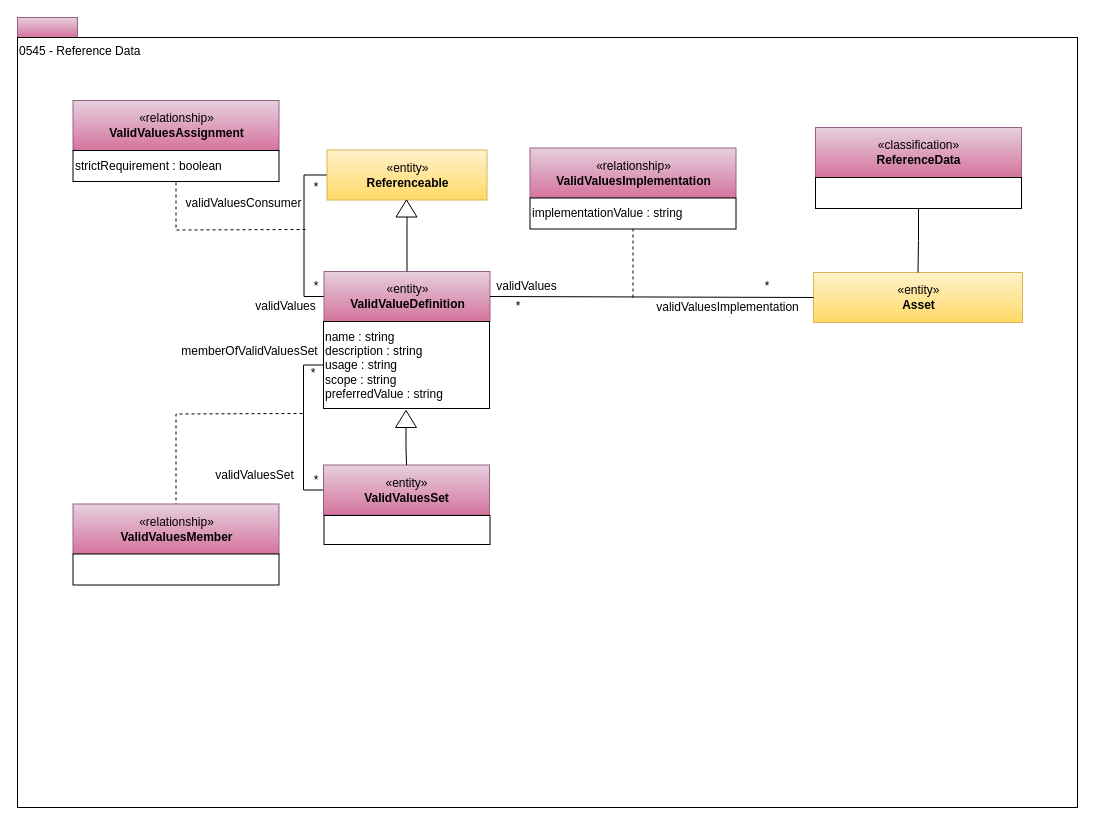
Earlier version of the draw.io diagram page "0545-Reference-Data" (17 of 24) of open-metadata-publication/website/open-metadata-types/area-5-models-and-schema.drawio (planetf1/egeria). Source tidied: cells renumbered, new cells numbered last; positions are measured from the earlier drawing's top-left corner, leaving out a move shared by most shapes. Both pictures are drawn from the tidied source at 100%, with x=0, y=0 at pixel (17, 17).
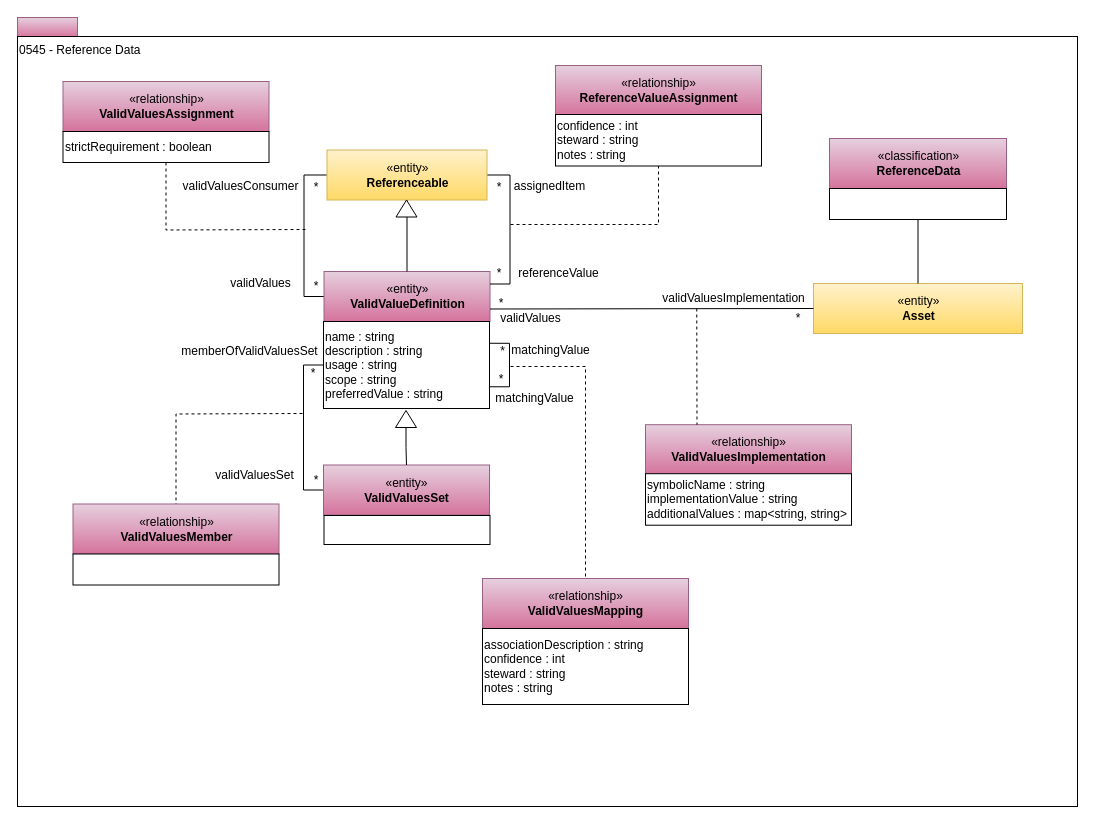
Above is the later version.

Unchanged cells that the change refers to:
```xml
<mxCell id="5" value="«entity»&lt;br&gt;&lt;b&gt;ValidValueDefinition&lt;/b&gt;" style="html=1;strokeColor=#996185;align=center;fillColor=#e6d0de;gradientColor=#d5739d;" parent="1" vertex="1">
  <mxGeometry x="306.5" y="254" width="166" height="50" as="geometry" />
</mxCell>
<mxCell id="6" value="&lt;span&gt;name : string&lt;br&gt;&lt;/span&gt;&lt;span&gt;description : string&lt;/span&gt;&lt;br&gt;&lt;span&gt;usage : string&lt;/span&gt;&lt;br&gt;&lt;span&gt;scope : string&lt;br&gt;preferredValue : string&lt;br&gt;&lt;/span&gt;" style="rounded=0;whiteSpace=wrap;html=1;strokeColor=#000000;gradientColor=#ffffff;align=left;" parent="1" vertex="1">
  <mxGeometry x="306" y="304" width="166" height="87" as="geometry" />
</mxCell>
<mxCell id="8" value="«entity»&lt;br&gt;&lt;b&gt;Referenceable&lt;/b&gt;" style="html=1;strokeColor=#d6b656;align=center;fillColor=#fff2cc;gradientColor=#ffd966;" parent="1" vertex="1">
  <mxGeometry x="309.5" y="132.5" width="160" height="50" as="geometry" />
</mxCell>
```

Diff of the diagram source:
```diff
@@
     <mxCell id="3" value="0545 - Reference Data" style="rounded=0;whiteSpace=wrap;html=1;align=left;verticalAlign=top;" parent="1" vertex="1">
-      <mxGeometry y="20" width="1060" height="770" as="geometry" />
+      <mxGeometry y="19" width="1060" height="770" as="geometry" />
     </mxCell>
@@
+    <mxCell id="41" style="edgeStyle=orthogonalEdgeStyle;rounded=0;jettySize=auto;html=1;exitX=1;exitY=0.5;exitDx=0;exitDy=0;entryX=1;entryY=0.25;entryDx=0;entryDy=0;endArrow=none;endFill=0;" parent="1" edge="1" source="8" target="5">
+      <mxGeometry relative="1" as="geometry" />
+    </mxCell>
@@
     <mxCell id="10" value="«entity»&lt;br&gt;&lt;b&gt;Asset&lt;/b&gt;" style="html=1;strokeColor=#d6b656;align=center;fillColor=#fff2cc;gradientColor=#ffd966;" parent="1" vertex="1">
-      <mxGeometry x="796" y="255" width="209" height="50" as="geometry" />
+      <mxGeometry x="796" y="266" width="209" height="50" as="geometry" />
     </mxCell>
-    <mxCell id="11" style="endArrow=none;html=1;entryX=1;entryY=0.5;exitX=0;exitY=0.5;" parent="1" edge="1" source="10" target="5">
+    <mxCell id="11" style="endArrow=none;html=1;entryX=1;entryY=0.75;exitX=0;exitY=0.5;entryDx=0;entryDy=0;" parent="1" edge="1" source="10" target="5">
       <mxGeometry relative="1" as="geometry" />
     </mxCell>
     <mxCell id="12" value="«relationship»&lt;br&gt;&lt;b&gt;ValidValuesImplementation&lt;/b&gt;" style="html=1;strokeColor=#996185;align=center;fillColor=#e6d0de;gradientColor=#d5739d;" parent="1" vertex="1">
-      <mxGeometry x="512.5" y="130.5" width="206" height="50" as="geometry" />
+      <mxGeometry x="628" y="407.2" width="206" height="50" as="geometry" />
     </mxCell>
-    <mxCell id="13" style="endArrow=none;dashed=1;html=1;entryX=0.5;entryY=1;" parent="1" edge="1" target="14">
-      <mxGeometry relative="1" as="geometry">
-        <mxPoint x="615.5" y="280" as="sourcePoint" />
-      </mxGeometry>
+    <mxCell id="13" style="endArrow=none;dashed=1;html=1;entryX=0.25;entryY=0;entryDx=0;entryDy=0;exitX=0.25;exitY=1;exitDx=0;exitDy=0;" parent="1" edge="1" source="18" target="12">
+      <mxGeometry relative="1" as="geometry" />
     </mxCell>
-    <mxCell id="14" value="implementationValue : string" style="rounded=0;whiteSpace=wrap;html=1;strokeColor=#000000;gradientColor=#ffffff;align=left;" parent="1" vertex="1">
-      <mxGeometry x="512.5" y="180.5" width="206" height="31" as="geometry" />
+    <mxCell id="14" value="symbolicName : string&lt;br&gt;implementationValue : string&lt;br&gt;additionalValues : map&amp;lt;string, string&amp;gt;" style="rounded=0;whiteSpace=wrap;html=1;strokeColor=#000000;gradientColor=#ffffff;align=left;" parent="1" vertex="1">
+      <mxGeometry x="628" y="456.2" width="206" height="51.5" as="geometry" />
     </mxCell>
     <mxCell id="15" value="*" style="text;html=1;strokeColor=none;fillColor=none;align=center;verticalAlign=middle;whiteSpace=wrap;rounded=0;" parent="1" vertex="1">
-      <mxGeometry x="729.5" y="259" width="40" height="20" as="geometry" />
+      <mxGeometry x="761" y="291" width="40" height="20" as="geometry" />
     </mxCell>
     <mxCell id="16" value="*" style="text;html=1;strokeColor=none;fillColor=none;align=center;verticalAlign=middle;whiteSpace=wrap;rounded=0;" parent="1" vertex="1">
-      <mxGeometry x="480.5" y="279" width="40" height="20" as="geometry" />
+      <mxGeometry x="463.5" y="276" width="40" height="20" as="geometry" />
     </mxCell>
     <mxCell id="17" value="validValues" style="text;html=1;strokeColor=none;fillColor=none;align=center;verticalAlign=middle;whiteSpace=wrap;rounded=0;" parent="1" vertex="1">
-      <mxGeometry x="473" y="259" width="73" height="20" as="geometry" />
+      <mxGeometry x="477" y="291" width="73" height="20" as="geometry" />
     </mxCell>
     <mxCell id="18" value="validValuesImplementation" style="text;html=1;strokeColor=none;fillColor=none;align=center;verticalAlign=middle;whiteSpace=wrap;rounded=0;" parent="1" vertex="1">
-      <mxGeometry x="646" y="280" width="129" height="20" as="geometry" />
+      <mxGeometry x="642" y="271" width="149" height="20" as="geometry" />
     </mxCell>
     <mxCell id="19" value="«classification»&lt;br&gt;&lt;b&gt;ReferenceData&lt;/b&gt;" style="html=1;strokeColor=#996185;align=center;fillColor=#e6d0de;gradientColor=#d5739d;" parent="1" vertex="1">
-      <mxGeometry x="798" y="110" width="206" height="50" as="geometry" />
+      <mxGeometry x="812" y="121" width="177" height="50" as="geometry" />
     </mxCell>
@@
     <mxCell id="21" style="rounded=0;whiteSpace=wrap;html=1;strokeColor=#000000;gradientColor=#ffffff;align=left;" parent="1" vertex="1">
-      <mxGeometry x="798" y="160" width="206" height="31" as="geometry" />
+      <mxGeometry x="812" y="171" width="177" height="31" as="geometry" />
     </mxCell>
@@
     <mxCell id="27" value="«relationship»&lt;br&gt;&lt;b&gt;ValidValuesAssignment&lt;/b&gt;" style="html=1;strokeColor=#996185;align=center;fillColor=#e6d0de;gradientColor=#d5739d;" parent="1" vertex="1">
-      <mxGeometry x="55.5" y="83" width="206" height="50" as="geometry" />
+      <mxGeometry x="45.5" y="64" width="206" height="50" as="geometry" />
     </mxCell>
@@
     <mxCell id="29" value="strictRequirement : boolean" style="rounded=0;whiteSpace=wrap;html=1;strokeColor=#000000;gradientColor=#ffffff;align=left;" parent="1" vertex="1">
-      <mxGeometry x="55.5" y="133" width="206" height="31" as="geometry" />
+      <mxGeometry x="45.5" y="114" width="206" height="31" as="geometry" />
     </mxCell>
@@
     <mxCell id="32" value="validValuesConsumer" style="text;html=1;strokeColor=none;fillColor=none;align=center;verticalAlign=middle;whiteSpace=wrap;rounded=0;" parent="1" vertex="1">
-      <mxGeometry x="180" y="175.5" width="93" height="20" as="geometry" />
+      <mxGeometry x="177" y="159" width="93" height="20" as="geometry" />
     </mxCell>
     <mxCell id="33" value="validValues" style="text;html=1;strokeColor=none;fillColor=none;align=center;verticalAlign=middle;whiteSpace=wrap;rounded=0;" parent="1" vertex="1">
-      <mxGeometry x="231" y="279" width="75" height="20" as="geometry" />
+      <mxGeometry x="206" y="256" width="75" height="20" as="geometry" />
     </mxCell>
@@
+    <mxCell id="42" style="edgeStyle=orthogonalEdgeStyle;rounded=0;orthogonalLoop=1;jettySize=auto;html=1;exitX=1;exitY=0.25;exitDx=0;exitDy=0;entryX=1;entryY=0.75;entryDx=0;entryDy=0;endArrow=none;endFill=0;" parent="1" edge="1" source="6" target="6">
+      <mxGeometry relative="1" as="geometry" />
+    </mxCell>
+    <mxCell id="43" value="matchingValue" style="text;html=1;strokeColor=none;fillColor=none;align=center;verticalAlign=middle;whiteSpace=wrap;rounded=0;" parent="1" vertex="1">
+      <mxGeometry x="497" y="323" width="73" height="20" as="geometry" />
+    </mxCell>
+    <mxCell id="44" value="matchingValue" style="text;html=1;strokeColor=none;fillColor=none;align=center;verticalAlign=middle;whiteSpace=wrap;rounded=0;" parent="1" vertex="1">
+      <mxGeometry x="474.5" y="371" width="84.5" height="20" as="geometry" />
+    </mxCell>
+    <mxCell id="45" value="«relationship»&lt;br&gt;&lt;b&gt;ValidValuesMapping&lt;/b&gt;" style="html=1;strokeColor=#996185;align=center;fillColor=#e6d0de;gradientColor=#d5739d;" parent="1" vertex="1">
+      <mxGeometry x="465" y="561" width="206" height="50" as="geometry" />
+    </mxCell>
+    <mxCell id="46" style="endArrow=none;dashed=1;html=1;entryX=0.5;entryY=0;edgeStyle=orthogonalEdgeStyle;rounded=0;entryDx=0;entryDy=0;" parent="1" edge="1" target="45">
+      <mxGeometry relative="1" as="geometry">
+        <mxPoint x="493" y="349" as="sourcePoint" />
+        <Array as="points">
+          <mxPoint x="568" y="349" />
+        </Array>
+      </mxGeometry>
+    </mxCell>
+    <mxCell id="47" value="&lt;div style=&quot;white-space: normal&quot;&gt;&lt;span&gt;associationDescription : string&lt;/span&gt;&lt;/div&gt;&lt;div style=&quot;white-space: normal&quot;&gt;&lt;span&gt;confidence : int&lt;/span&gt;&lt;br&gt;&lt;/div&gt;&lt;div style=&quot;white-space: normal&quot;&gt;steward : string&lt;/div&gt;&lt;div style=&quot;white-space: normal&quot;&gt;notes : string&lt;/div&gt;" style="rounded=0;whiteSpace=wrap;html=1;strokeColor=#000000;gradientColor=#ffffff;align=left;" parent="1" vertex="1">
+      <mxGeometry x="465" y="611" width="206" height="76" as="geometry" />
+    </mxCell>
+    <mxCell id="48" value="*" style="text;html=1;align=center;verticalAlign=middle;" parent="1" vertex="1">
+      <mxGeometry x="477" y="325" width="15" height="18" as="geometry" />
+    </mxCell>
+    <mxCell id="49" value="*" style="text;html=1;strokeColor=none;fillColor=none;align=center;verticalAlign=middle;whiteSpace=wrap;rounded=0;" parent="1" vertex="1">
+      <mxGeometry x="464" y="352" width="40" height="20" as="geometry" />
+    </mxCell>
+    <mxCell id="50" value="*" style="text;html=1;strokeColor=none;fillColor=none;align=center;verticalAlign=middle;whiteSpace=wrap;rounded=0;" parent="1" vertex="1">
+      <mxGeometry x="462" y="246" width="40" height="20" as="geometry" />
+    </mxCell>
+    <mxCell id="51" value="*" style="text;html=1;strokeColor=none;fillColor=none;align=center;verticalAlign=middle;whiteSpace=wrap;rounded=0;" parent="1" vertex="1">
+      <mxGeometry x="462" y="160" width="40" height="20" as="geometry" />
+    </mxCell>
+    <mxCell id="52" value="«relationship»&lt;br&gt;&lt;b&gt;ReferenceValueAssignment&lt;/b&gt;" style="html=1;strokeColor=#996185;align=center;fillColor=#e6d0de;gradientColor=#d5739d;" parent="1" vertex="1">
+      <mxGeometry x="538" y="48" width="206" height="50" as="geometry" />
+    </mxCell>
+    <mxCell id="53" style="endArrow=none;dashed=1;html=1;entryX=0.5;entryY=1;entryDx=0;entryDy=0;rounded=0;" parent="1" edge="1" target="54">
+      <mxGeometry relative="1" as="geometry">
+        <mxPoint x="493" y="207" as="sourcePoint" />
+        <Array as="points">
+          <mxPoint x="641" y="207" />
+        </Array>
+      </mxGeometry>
+    </mxCell>
+    <mxCell id="54" value="&lt;div&gt;confidence : int&lt;br&gt;&lt;/div&gt;&lt;div&gt;steward : string&lt;/div&gt;&lt;div&gt;notes : string&lt;/div&gt;" style="rounded=0;whiteSpace=wrap;html=1;strokeColor=#000000;gradientColor=#ffffff;align=left;" parent="1" vertex="1">
+      <mxGeometry x="538" y="97" width="206" height="51.5" as="geometry" />
+    </mxCell>
+    <mxCell id="55" value="assignedItem" style="text;html=1;strokeColor=none;fillColor=none;align=center;verticalAlign=middle;whiteSpace=wrap;rounded=0;" parent="1" vertex="1">
+      <mxGeometry x="495" y="159" width="75" height="20" as="geometry" />
+    </mxCell>
+    <mxCell id="56" value="referenceValue" style="text;html=1;strokeColor=none;fillColor=none;align=center;verticalAlign=middle;whiteSpace=wrap;rounded=0;" parent="1" vertex="1">
+      <mxGeometry x="503.5" y="246" width="75" height="20" as="geometry" />
+    </mxCell>
```
